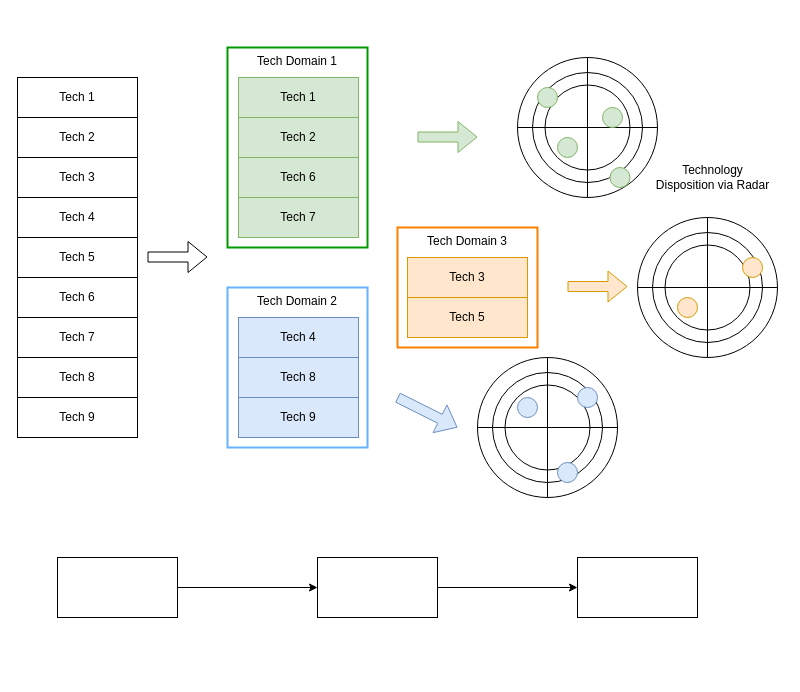
bpayt2/temp keeps this draw.io diagram as page "Program Image" (3 of 3) of images/technology-radars.drawio. Above is the earlier version. Source tidied: cells renumbered, new cells numbered last; positions are measured from the earlier drawing's top-left corner, leaving out a move shared by most shapes. Both pictures are drawn from the tidied source at 100%, with x=0, y=0 at pixel (17, 47).
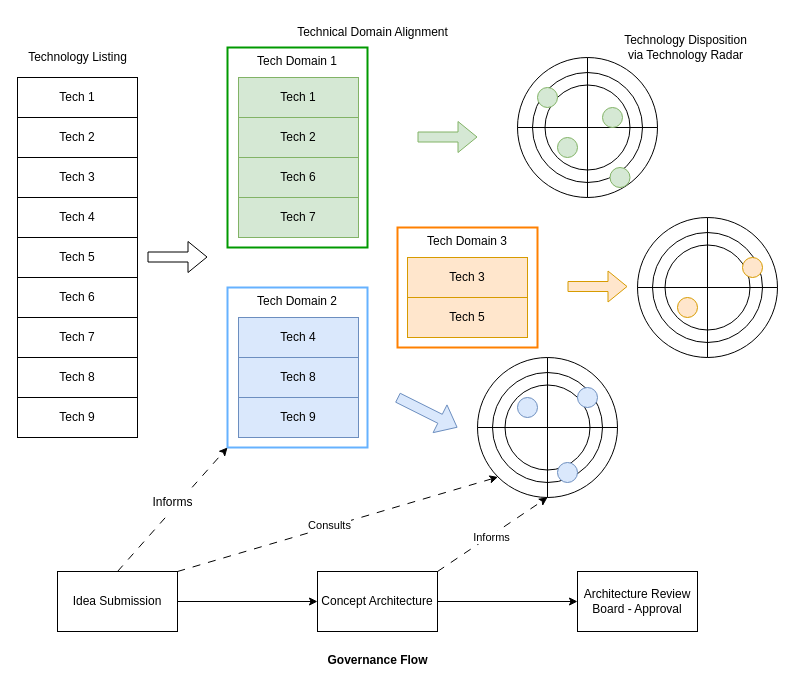
The same diagram, later.

The change refers to these unchanged cells:
```xml
<mxCell id="3" value="Tech Domain 2" style="rounded=0;whiteSpace=wrap;html=1;verticalAlign=top;strokeColor=#66B2FF;strokeWidth=2;" parent="1" vertex="1">
  <mxGeometry x="210" y="240" width="140" height="160" as="geometry" />
</mxCell>
<mxCell id="39" style="ellipse;whiteSpace=wrap;html=1;" parent="1" vertex="1">
  <mxGeometry x="460" y="310" width="140" height="140" as="geometry" />
</mxCell>
```

Diff of the diagram source:
```diff
@@
+    <mxCell id="60" style="rounded=0;jettySize=auto;html=1;exitX=0;exitY=1;exitDx=0;exitDy=0;entryX=1;entryY=0;entryDx=0;entryDy=0;endArrow=none;endFill=0;startArrow=classic;startFill=1;strokeColor=#000000;dashed=1;dashPattern=8 8;" parent="1" edge="1" source="39" target="56">
+      <mxGeometry relative="1" as="geometry" />
+    </mxCell>
+    <mxCell id="61" value="Consults" style="edgeLabel;html=1;align=center;verticalAlign=middle;labelBackgroundColor=#FFFFFF;" parent="60" vertex="1">
+      <mxGeometry x="0.06" y="1" relative="1" as="geometry">
+        <mxPoint y="-3" as="offset" />
+      </mxGeometry>
+    </mxCell>
@@
-    <mxCell id="54" value="Technology &lt;br&gt;Disposition via Radar" style="text;html=1;align=center;verticalAlign=middle;strokeColor=none;fillColor=none;fontStyle=0;" parent="1" vertex="1">
-      <mxGeometry x="625" y="110" width="140" height="40" as="geometry" />
+    <mxCell id="54" value="Technology Disposition &lt;br&gt;via Technology Radar" style="text;html=1;align=center;verticalAlign=middle;strokeColor=none;fillColor=none;fontStyle=0;" parent="1" vertex="1">
+      <mxGeometry x="592.5" y="-20" width="150" height="40" as="geometry" />
     </mxCell>
@@
+    <mxCell id="62" style="rounded=0;jettySize=auto;html=1;exitX=0.5;exitY=0;exitDx=0;exitDy=0;entryX=0;entryY=1;entryDx=0;entryDy=0;dashed=1;dashPattern=8 8;" parent="1" edge="1" source="56" target="3">
+      <mxGeometry relative="1" as="geometry" />
+    </mxCell>
-    <mxCell id="56" style="rounded=0;whiteSpace=wrap;html=1;" parent="1" vertex="1">
-      <mxGeometry x="40" y="510" width="120" height="60" as="geometry" />
+    <mxCell id="56" value="Idea Submission" style="rounded=0;whiteSpace=wrap;html=1;" parent="1" vertex="1">
+      <mxGeometry x="40" y="524" width="120" height="60" as="geometry" />
     </mxCell>
@@
+    <mxCell id="63" style="rounded=0;jettySize=auto;html=1;exitX=1;exitY=0;exitDx=0;exitDy=0;entryX=0.5;entryY=1;entryDx=0;entryDy=0;dashed=1;dashPattern=8 8;" parent="1" edge="1" source="58" target="39">
+      <mxGeometry relative="1" as="geometry" />
+    </mxCell>
+    <mxCell id="64" value="Informs" style="edgeLabel;html=1;align=center;verticalAlign=middle;" parent="63" vertex="1">
+      <mxGeometry x="-0.03" y="-1" relative="1" as="geometry" />
+    </mxCell>
-    <mxCell id="58" style="rounded=0;whiteSpace=wrap;html=1;" parent="1" vertex="1">
-      <mxGeometry x="300" y="510" width="120" height="60" as="geometry" />
+    <mxCell id="58" value="Concept Architecture" style="rounded=0;whiteSpace=wrap;html=1;" parent="1" vertex="1">
+      <mxGeometry x="300" y="524" width="120" height="60" as="geometry" />
     </mxCell>
-    <mxCell id="59" style="rounded=0;whiteSpace=wrap;html=1;" parent="1" vertex="1">
-      <mxGeometry x="560" y="510" width="120" height="60" as="geometry" />
+    <mxCell id="59" value="Architecture Review Board - Approval" style="rounded=0;whiteSpace=wrap;html=1;" parent="1" vertex="1">
+      <mxGeometry x="560" y="524" width="120" height="60" as="geometry" />
     </mxCell>
+    <mxCell id="65" value="Informs" style="text;html=1;align=center;verticalAlign=middle;strokeColor=none;fillColor=#FFFFFF;" parent="1" vertex="1">
+      <mxGeometry x="125" y="440" width="60" height="30" as="geometry" />
+    </mxCell>
+    <mxCell id="66" value="Governance Flow" style="text;html=1;align=center;verticalAlign=middle;strokeColor=none;fillColor=none;fontStyle=1;" parent="1" vertex="1">
+      <mxGeometry x="300" y="598" width="120" height="30" as="geometry" />
+    </mxCell>
+    <mxCell id="67" value="Technical Domain Alignment" style="text;html=1;align=center;verticalAlign=middle;strokeColor=none;fillColor=none;fontStyle=0;" parent="1" vertex="1">
+      <mxGeometry x="270" y="-30" width="170" height="30" as="geometry" />
+    </mxCell>
+    <mxCell id="68" value="Technology Listing" style="text;html=1;align=center;verticalAlign=middle;strokeColor=none;fillColor=none;fontStyle=0;" parent="1" vertex="1">
+      <mxGeometry y="-5" width="120" height="30" as="geometry" />
+    </mxCell>
```
